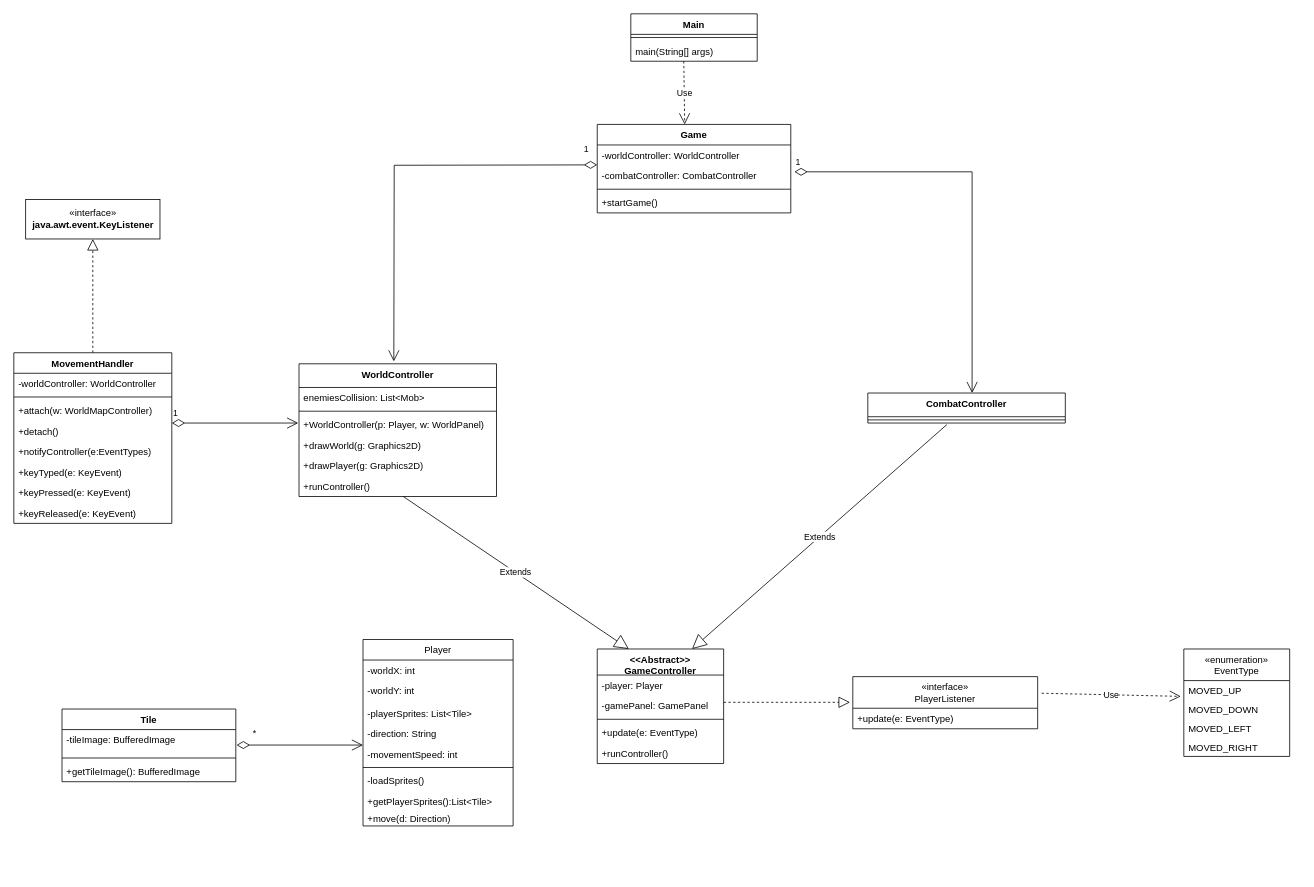
Earlier version of the draw.io diagram docs/diagrams/Raffaele/Task - disegno della mappaù.drawio (weiss25r/Progetto-ISS-2022-2023). Source tidied: cells renumbered, new cells numbered last; positions are measured from the earlier drawing's top-left corner, leaving out a move shared by most shapes. Both pictures are drawn from the tidied source at 79%, with x=0, y=0 at pixel (13, 13).
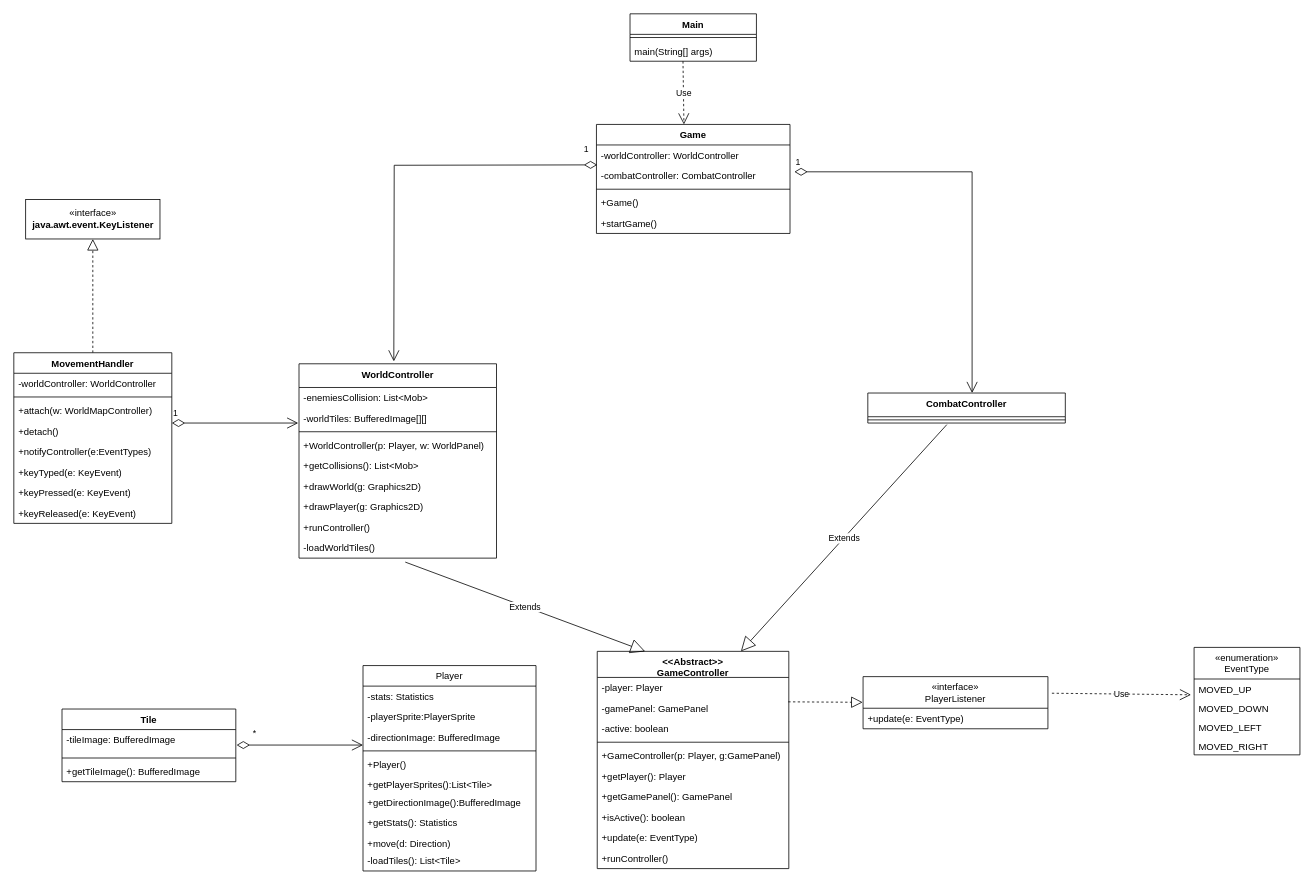
After the change.

Unchanged cells that the change refers to:
```xml
<mxCell id="57" value="MOVED_DOWN&#10;" style="text;strokeColor=none;fillColor=none;align=left;verticalAlign=top;spacingLeft=4;spacingRight=4;overflow=hidden;points=[[0,0.5],[1,0.5]];portConstraint=eastwest;" parent="55" vertex="1">
  <mxGeometry y="64" width="134" height="24" as="geometry" />
</mxCell>
```

Diff of the diagram source:
```diff
@@
     <mxCell id="2" value="Main" style="swimlane;fontStyle=1;align=center;verticalAlign=top;horizontal=1;startSize=26;" parent="1" vertex="1">
-      <mxGeometry x="781" width="160" height="60" as="geometry" />
+      <mxGeometry x="780" width="160" height="60" as="geometry" />
     </mxCell>
@@
     <mxCell id="5" value="Game" style="swimlane;fontStyle=1;align=center;verticalAlign=top;horizontal=1;startSize=26;" parent="1" vertex="1">
-      <mxGeometry x="738.5" y="140" width="245" height="112" as="geometry" />
+      <mxGeometry x="737.5" y="140" width="245" height="138" as="geometry" />
     </mxCell>
@@
+    <mxCell id="66" value="+Game()" style="text;strokeColor=none;fillColor=none;align=left;verticalAlign=top;spacingLeft=4;spacingRight=4;overflow=hidden;" parent="5" vertex="1">
+      <mxGeometry y="86" width="245" height="26" as="geometry" />
+    </mxCell>
     <mxCell id="9" value="+startGame()" style="text;strokeColor=none;fillColor=none;align=left;verticalAlign=top;spacingLeft=4;spacingRight=4;overflow=hidden;" parent="5" vertex="1">
-      <mxGeometry y="86" width="245" height="26" as="geometry" />
+      <mxGeometry y="112" width="245" height="26" as="geometry" />
     </mxCell>
@@
     <mxCell id="11" value="Player" style="swimlane;fontStyle=0;horizontal=1;startSize=26;fillColor=none;" parent="1" vertex="1">
-      <mxGeometry x="442" y="792" width="190" height="236" as="geometry" />
+      <mxGeometry x="442" y="825" width="219" height="260" as="geometry" />
     </mxCell>
-    <mxCell id="12" value="-worldX: int&#10;" style="text;strokeColor=none;fillColor=none;align=left;verticalAlign=top;spacingLeft=4;spacingRight=4;overflow=hidden;" parent="11" vertex="1">
-      <mxGeometry y="26" width="190" height="26" as="geometry" />
-    </mxCell>
-    <mxCell id="13" value="-worldY: int" style="text;strokeColor=none;fillColor=none;align=left;verticalAlign=top;spacingLeft=4;spacingRight=4;overflow=hidden;" parent="11" vertex="1">
-      <mxGeometry y="52" width="190" height="28" as="geometry" />
-    </mxCell>
-    <mxCell id="14" value="-playerSprites: List&lt;Tile&gt;" style="text;strokeColor=none;fillColor=none;align=left;verticalAlign=top;spacingLeft=4;spacingRight=4;overflow=hidden;" parent="11" vertex="1">
-      <mxGeometry y="80" width="190" height="26" as="geometry" />
-    </mxCell>
-    <mxCell id="15" value="-direction: String" style="text;strokeColor=none;fillColor=none;align=left;verticalAlign=top;spacingLeft=4;spacingRight=4;overflow=hidden;" parent="11" vertex="1">
-      <mxGeometry y="106" width="190" height="26" as="geometry" />
-    </mxCell>
-    <mxCell id="16" value="-movementSpeed: int" style="text;strokeColor=none;fillColor=none;align=left;verticalAlign=top;spacingLeft=4;spacingRight=4;overflow=hidden;" parent="11" vertex="1">
-      <mxGeometry y="132" width="190" height="26" as="geometry" />
-    </mxCell>
+    <mxCell id="67" value="-stats: Statistics" style="text;strokeColor=none;fillColor=none;align=left;verticalAlign=top;spacingLeft=4;spacingRight=4;overflow=hidden;" parent="11" vertex="1">
+      <mxGeometry y="26" width="219" height="26" as="geometry" />
+    </mxCell>
+    <mxCell id="68" value="-playerSprite:PlayerSprite" style="text;strokeColor=none;fillColor=none;align=left;verticalAlign=top;spacingLeft=4;spacingRight=4;overflow=hidden;" parent="11" vertex="1">
+      <mxGeometry y="52" width="219" height="26" as="geometry" />
+    </mxCell>
+    <mxCell id="69" value="-directionImage: BufferedImage" style="text;strokeColor=none;fillColor=none;align=left;verticalAlign=top;spacingLeft=4;spacingRight=4;overflow=hidden;" parent="11" vertex="1">
+      <mxGeometry y="78" width="219" height="26" as="geometry" />
+    </mxCell>
     <mxCell id="17" style="line;strokeWidth=1;fillColor=none;align=left;verticalAlign=middle;spacingTop=-1;spacingLeft=3;spacingRight=3;labelPosition=right;strokeColor=inherit;" parent="11" vertex="1">
-      <mxGeometry y="158" width="190" height="8" as="geometry" />
+      <mxGeometry y="104" width="219" height="8" as="geometry" />
     </mxCell>
+    <mxCell id="70" value="+Player()" style="text;strokeColor=none;fillColor=none;align=left;verticalAlign=top;spacingLeft=4;spacingRight=4;overflow=hidden;" parent="11" vertex="1">
+      <mxGeometry y="112" width="219" height="26" as="geometry" />
+    </mxCell>
+    <mxCell id="19" value="+getPlayerSprites():List&lt;Tile&gt;&#10;" style="text;strokeColor=none;fillColor=none;align=left;verticalAlign=top;spacingLeft=4;spacingRight=4;overflow=hidden;" parent="11" vertex="1">
+      <mxGeometry y="138" width="219" height="22" as="geometry" />
+    </mxCell>
+    <mxCell id="71" value="+getDirectionImage():BufferedImage" style="text;strokeColor=none;fillColor=none;align=left;verticalAlign=top;spacingLeft=4;spacingRight=4;overflow=hidden;" parent="11" vertex="1">
+      <mxGeometry y="160" width="219" height="26" as="geometry" />
+    </mxCell>
+    <mxCell id="72" value="+getStats(): Statistics" style="text;strokeColor=none;fillColor=none;align=left;verticalAlign=top;spacingLeft=4;spacingRight=4;overflow=hidden;" parent="11" vertex="1">
+      <mxGeometry y="186" width="219" height="26" as="geometry" />
+    </mxCell>
+    <mxCell id="20" value="+move(d: Direction)&#10;" style="text;strokeColor=none;fillColor=none;align=left;verticalAlign=top;spacingLeft=4;spacingRight=4;overflow=hidden;" parent="11" vertex="1">
+      <mxGeometry y="212" width="219" height="22" as="geometry" />
+    </mxCell>
-    <mxCell id="18" value="-loadSprites()" style="text;strokeColor=none;fillColor=none;align=left;verticalAlign=top;spacingLeft=4;spacingRight=4;overflow=hidden;" parent="11" vertex="1">
-      <mxGeometry y="166" width="190" height="26" as="geometry" />
+    <mxCell id="18" value="-loadTiles(): List&lt;Tile&gt;" style="text;strokeColor=none;fillColor=none;align=left;verticalAlign=top;spacingLeft=4;spacingRight=4;overflow=hidden;" parent="11" vertex="1">
+      <mxGeometry y="234" width="219" height="26" as="geometry" />
     </mxCell>
-    <mxCell id="19" value="+getPlayerSprites():List&lt;Tile&gt;&#10;" style="text;strokeColor=none;fillColor=none;align=left;verticalAlign=top;spacingLeft=4;spacingRight=4;overflow=hidden;" parent="11" vertex="1">
-      <mxGeometry y="192" width="190" height="22" as="geometry" />
-    </mxCell>
-    <mxCell id="20" value="+move(d: Direction)&#10;" style="text;strokeColor=none;fillColor=none;align=left;verticalAlign=top;spacingLeft=4;spacingRight=4;overflow=hidden;" parent="11" vertex="1">
-      <mxGeometry y="214" width="190" height="22" as="geometry" />
-    </mxCell>
@@
     <mxCell id="36" value="WorldController" style="swimlane;fontStyle=1;align=center;verticalAlign=top;horizontal=1;startSize=30;" parent="1" vertex="1">
-      <mxGeometry x="361" y="443" width="250" height="168" as="geometry" />
+      <mxGeometry x="361" y="443" width="250" height="246" as="geometry" />
     </mxCell>
-    <mxCell id="37" value="enemiesCollision: List&lt;Mob&gt;" style="text;strokeColor=none;fillColor=none;align=left;verticalAlign=top;spacingLeft=4;spacingRight=4;overflow=hidden;" parent="36" vertex="1">
+    <mxCell id="37" value="-enemiesCollision: List&lt;Mob&gt;" style="text;strokeColor=none;fillColor=none;align=left;verticalAlign=top;spacingLeft=4;spacingRight=4;overflow=hidden;" parent="36" vertex="1">
       <mxGeometry y="30" width="250" height="26" as="geometry" />
     </mxCell>
+    <mxCell id="73" value="-worldTiles: BufferedImage[][]" style="text;strokeColor=none;fillColor=none;align=left;verticalAlign=top;spacingLeft=4;spacingRight=4;overflow=hidden;" parent="36" vertex="1">
+      <mxGeometry y="56" width="250" height="26" as="geometry" />
+    </mxCell>
     <mxCell id="38" style="line;strokeWidth=1;fillColor=none;align=left;verticalAlign=middle;spacingTop=-1;spacingLeft=3;spacingRight=3;labelPosition=right;strokeColor=inherit;" parent="36" vertex="1">
-      <mxGeometry y="56" width="250" height="8" as="geometry" />
+      <mxGeometry y="82" width="250" height="8" as="geometry" />
     </mxCell>
     <mxCell id="39" value="+WorldController(p: Player, w: WorldPanel)&#10;" style="text;strokeColor=none;fillColor=none;align=left;verticalAlign=top;spacingLeft=4;spacingRight=4;overflow=hidden;" parent="36" vertex="1">
-      <mxGeometry y="64" width="250" height="26" as="geometry" />
+      <mxGeometry y="90" width="250" height="26" as="geometry" />
     </mxCell>
+    <mxCell id="74" value="+getCollisions(): List&lt;Mob&gt;" style="text;strokeColor=none;fillColor=none;align=left;verticalAlign=top;spacingLeft=4;spacingRight=4;overflow=hidden;" parent="36" vertex="1">
+      <mxGeometry y="116" width="250" height="26" as="geometry" />
+    </mxCell>
     <mxCell id="40" value="+drawWorld(g: Graphics2D)" style="text;strokeColor=none;fillColor=none;align=left;verticalAlign=top;spacingLeft=4;spacingRight=4;overflow=hidden;" parent="36" vertex="1">
-      <mxGeometry y="90" width="250" height="26" as="geometry" />
+      <mxGeometry y="142" width="250" height="26" as="geometry" />
     </mxCell>
     <mxCell id="41" value="+drawPlayer(g: Graphics2D)" style="text;strokeColor=none;fillColor=none;align=left;verticalAlign=top;spacingLeft=4;spacingRight=4;overflow=hidden;" parent="36" vertex="1">
-      <mxGeometry y="116" width="250" height="26" as="geometry" />
+      <mxGeometry y="168" width="250" height="26" as="geometry" />
     </mxCell>
     <mxCell id="42" value="+runController()" style="text;strokeColor=none;fillColor=none;align=left;verticalAlign=top;spacingLeft=4;spacingRight=4;overflow=hidden;points=[[0,0.5],[1,0.5]];portConstraint=eastwest;" parent="36" vertex="1">
-      <mxGeometry y="142" width="250" height="26" as="geometry" />
+      <mxGeometry y="194" width="250" height="26" as="geometry" />
     </mxCell>
+    <mxCell id="75" value="-loadWorldTiles()&#10;" style="text;strokeColor=none;fillColor=none;align=left;verticalAlign=top;spacingLeft=4;spacingRight=4;overflow=hidden;points=[[0,0.5],[1,0.5]];portConstraint=eastwest;" parent="36" vertex="1">
+      <mxGeometry y="220" width="250" height="26" as="geometry" />
+    </mxCell>
     <mxCell id="43" value="&lt;&lt;Abstract&gt;&gt;&#10;GameController" style="swimlane;fontStyle=1;align=center;verticalAlign=top;horizontal=1;startSize=33;" parent="1" vertex="1">
-      <mxGeometry x="738.5" y="804" width="160" height="145" as="geometry" />
+      <mxGeometry x="738.5" y="807" width="242.5" height="275" as="geometry" />
     </mxCell>
     <mxCell id="44" value="-player: Player" style="text;strokeColor=none;fillColor=none;align=left;verticalAlign=top;spacingLeft=4;spacingRight=4;overflow=hidden;" parent="43" vertex="1">
-      <mxGeometry y="33" width="160" height="26" as="geometry" />
+      <mxGeometry y="33" width="242.5" height="26" as="geometry" />
     </mxCell>
     <mxCell id="45" value="-gamePanel: GamePanel" style="text;strokeColor=none;fillColor=none;align=left;verticalAlign=top;spacingLeft=4;spacingRight=4;overflow=hidden;points=[[0,0.5],[1,0.5]];portConstraint=eastwest;" parent="43" vertex="1">
-      <mxGeometry y="59" width="160" height="26" as="geometry" />
+      <mxGeometry y="59" width="242.5" height="26" as="geometry" />
     </mxCell>
+    <mxCell id="76" value="-active: boolean" style="text;strokeColor=none;fillColor=none;align=left;verticalAlign=top;spacingLeft=4;spacingRight=4;overflow=hidden;" parent="43" vertex="1">
+      <mxGeometry y="85" width="242.5" height="26" as="geometry" />
+    </mxCell>
     <mxCell id="46" style="line;strokeWidth=1;fillColor=none;align=left;verticalAlign=middle;spacingTop=-1;spacingLeft=3;spacingRight=3;labelPosition=right;strokeColor=inherit;" parent="43" vertex="1">
-      <mxGeometry y="85" width="160" height="8" as="geometry" />
+      <mxGeometry y="111" width="242.5" height="8" as="geometry" />
     </mxCell>
+    <mxCell id="77" value="+GameController(p: Player, g:GamePanel)" style="text;strokeColor=none;fillColor=none;align=left;verticalAlign=top;spacingLeft=4;spacingRight=4;overflow=hidden;" parent="43" vertex="1">
+      <mxGeometry y="119" width="242.5" height="26" as="geometry" />
+    </mxCell>
+    <mxCell id="78" value="+getPlayer(): Player" style="text;strokeColor=none;fillColor=none;align=left;verticalAlign=top;spacingLeft=4;spacingRight=4;overflow=hidden;" parent="43" vertex="1">
+      <mxGeometry y="145" width="242.5" height="26" as="geometry" />
+    </mxCell>
+    <mxCell id="79" value="+getGamePanel(): GamePanel" style="text;strokeColor=none;fillColor=none;align=left;verticalAlign=top;spacingLeft=4;spacingRight=4;overflow=hidden;" parent="43" vertex="1">
+      <mxGeometry y="171" width="242.5" height="26" as="geometry" />
+    </mxCell>
+    <mxCell id="80" value="+isActive(): boolean" style="text;strokeColor=none;fillColor=none;align=left;verticalAlign=top;spacingLeft=4;spacingRight=4;overflow=hidden;" parent="43" vertex="1">
+      <mxGeometry y="197" width="242.5" height="26" as="geometry" />
+    </mxCell>
     <mxCell id="47" value="+update(e: EventType)" style="text;strokeColor=none;fillColor=none;align=left;verticalAlign=top;spacingLeft=4;spacingRight=4;overflow=hidden;" parent="43" vertex="1">
-      <mxGeometry y="93" width="160" height="26" as="geometry" />
+      <mxGeometry y="223" width="242.5" height="26" as="geometry" />
     </mxCell>
     <mxCell id="48" value="+runController()" style="text;strokeColor=none;fillColor=none;align=left;verticalAlign=top;spacingLeft=4;spacingRight=4;overflow=hidden;" parent="43" vertex="1">
-      <mxGeometry y="119" width="160" height="26" as="geometry" />
+      <mxGeometry y="249" width="242.5" height="26" as="geometry" />
     </mxCell>
@@
-    <mxCell id="51" value="Extends" style="endArrow=block;endSize=16;endFill=0;html=1;rounded=0;exitX=0.528;exitY=1;exitDx=0;exitDy=0;entryX=0.25;entryY=0;entryDx=0;entryDy=0;exitPerimeter=0;" parent="1" edge="1" source="42" target="43">
+    <mxCell id="51" value="Extends" style="endArrow=block;endSize=16;endFill=0;html=1;rounded=0;exitX=0.538;exitY=1.193;exitDx=0;exitDy=0;entryX=0.25;entryY=0;entryDx=0;entryDy=0;exitPerimeter=0;" parent="1" edge="1" source="75" target="43">
       <mxGeometry relative="1" as="geometry" />
     </mxCell>
@@
     <mxCell id="53" value="«interface»&#10;PlayerListener" style="swimlane;fontStyle=0;horizontal=1;startSize=40;fillColor=none;" parent="1" vertex="1">
-      <mxGeometry x="1062" y="839" width="234" height="66" as="geometry" />
+      <mxGeometry x="1075" y="839" width="234" height="66" as="geometry" />
     </mxCell>
@@
     <mxCell id="55" value="«enumeration»&#10;EventType" style="swimlane;fontStyle=0;horizontal=1;startSize=40;fillColor=none;" parent="1" vertex="1">
-      <mxGeometry x="1481" y="804" width="134" height="136" as="geometry" />
+      <mxGeometry x="1494" y="802" width="134" height="136" as="geometry" />
     </mxCell>
@@
     <mxCell id="60" value="Use" style="endArrow=open;endSize=12;dashed=1;html=1;rounded=0;entryX=-0.029;entryY=-0.167;entryDx=0;entryDy=0;entryPerimeter=0;" parent="1" edge="1" target="57">
       <mxGeometry relative="1" as="geometry">
-        <mxPoint x="1301" y="860" as="sourcePoint" />
+        <mxPoint x="1314" y="860" as="sourcePoint" />
       </mxGeometry>
     </mxCell>
@@
-    <mxCell id="65" style="endArrow=block;dashed=1;endFill=0;endSize=12;html=1;rounded=0;" parent="1" edge="1">
+    <mxCell id="65" style="endArrow=block;dashed=1;endFill=0;endSize=12;html=1;rounded=0;exitX=0.997;exitY=0.189;exitDx=0;exitDy=0;exitPerimeter=0;" parent="1" edge="1" source="45">
       <mxGeometry relative="1" as="geometry">
-        <mxPoint x="898.5" y="871.5" as="sourcePoint" />
-        <mxPoint x="1058.5" y="871.5" as="targetPoint" />
+        <mxPoint x="1074.5" y="871.5" as="targetPoint" />
       </mxGeometry>
     </mxCell>
```
